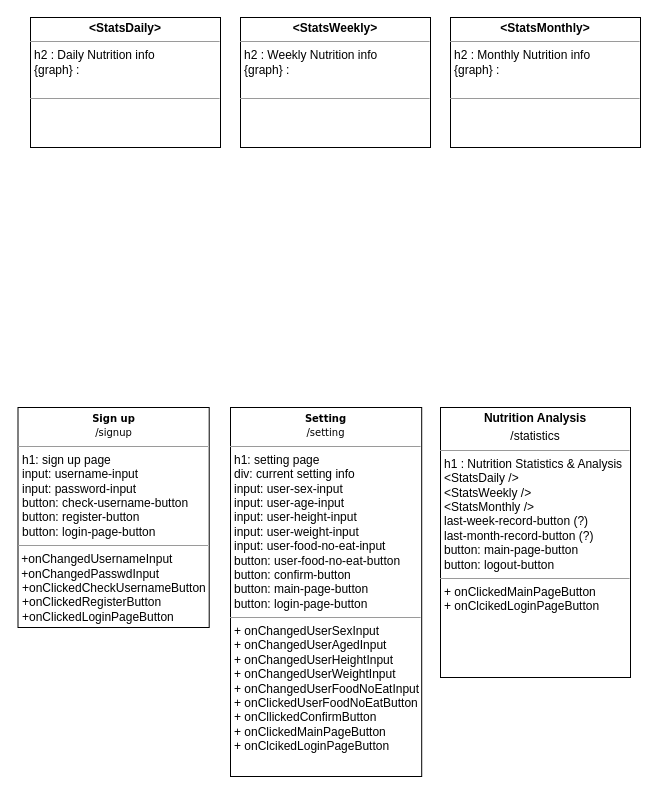
Earlier version of the draw.io diagram diagrams/Bang.drawio (swsnu/swpp2021-team5). Source tidied: cells renumbered, new cells numbered last; positions are measured from the earlier drawing's top-left corner, leaving out a move shared by most shapes. Both pictures are drawn from the tidied source at 100%, with x=0, y=0 at pixel (18, 17).
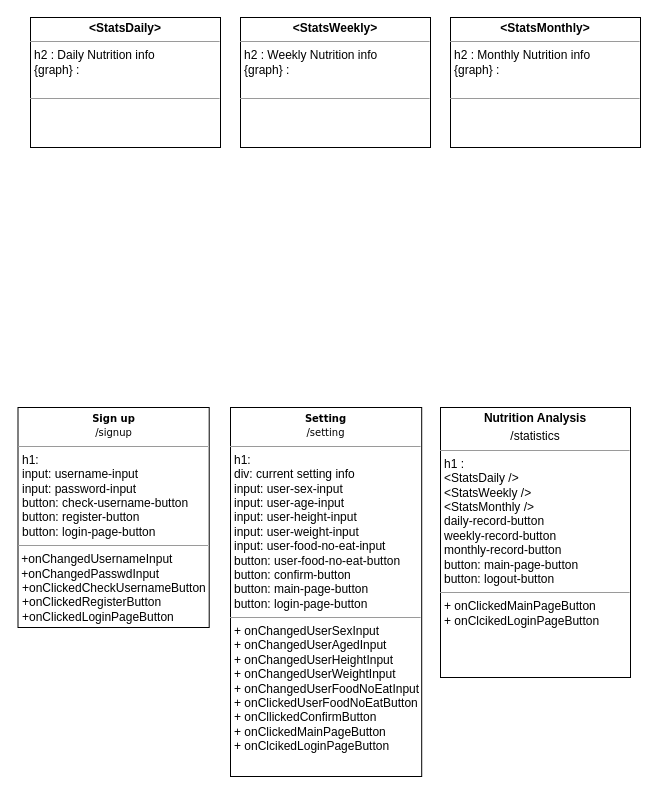
After the change.

Diff of the diagram source:
```diff
@@
 <mxGraphModel>
   <root>
     <mxCell id="0" />
     <mxCell id="1" parent="0" />
     <mxCell id="2" value="&lt;p style=&quot;margin: 0px ; margin-top: 4px ; text-align: center&quot;&gt;&lt;b&gt;&amp;lt;StatsDaily&amp;gt;&lt;/b&gt;&lt;/p&gt;&lt;hr size=&quot;1&quot;&gt;&lt;p style=&quot;margin: 0px ; margin-left: 4px&quot;&gt;h2 : Daily Nutrition info&lt;br&gt;&lt;/p&gt;&lt;p style=&quot;margin: 0px ; margin-left: 4px&quot;&gt;{graph} :&amp;nbsp;&lt;/p&gt;&lt;p style=&quot;margin: 0px ; margin-left: 4px&quot;&gt;&lt;br&gt;&lt;/p&gt;&lt;hr size=&quot;1&quot;&gt;&lt;p style=&quot;margin: 0px ; margin-left: 4px&quot;&gt;&lt;br&gt;&lt;/p&gt;" style="verticalAlign=top;align=left;overflow=fill;fontSize=12;fontFamily=Helvetica;html=1;rounded=0;shadow=0;comic=0;labelBackgroundColor=none;strokeWidth=1;" parent="1" vertex="1">
       <mxGeometry x="12" width="190" height="130" as="geometry" />
     </mxCell>
     <mxCell id="3" value="&lt;p style=&quot;margin: 0px ; margin-top: 4px ; text-align: center&quot;&gt;&lt;b&gt;&amp;lt;StatsWeekly&amp;gt;&lt;/b&gt;&lt;/p&gt;&lt;hr size=&quot;1&quot;&gt;&lt;p style=&quot;margin: 0px ; margin-left: 4px&quot;&gt;h2 : Weekly Nutrition info&lt;br&gt;&lt;/p&gt;&lt;p style=&quot;margin: 0px ; margin-left: 4px&quot;&gt;{graph} :&lt;br&gt;&lt;/p&gt;&lt;p style=&quot;margin: 0px ; margin-left: 4px&quot;&gt;&lt;br&gt;&lt;/p&gt;&lt;hr size=&quot;1&quot;&gt;&lt;p style=&quot;margin: 0px ; margin-left: 4px&quot;&gt;&lt;br&gt;&lt;/p&gt;" style="verticalAlign=top;align=left;overflow=fill;fontSize=12;fontFamily=Helvetica;html=1;rounded=0;shadow=0;comic=0;labelBackgroundColor=none;strokeWidth=1;" parent="1" vertex="1">
       <mxGeometry x="222" width="190" height="130" as="geometry" />
     </mxCell>
     <mxCell id="4" value="&lt;p style=&quot;margin: 0px ; margin-top: 4px ; text-align: center&quot;&gt;&lt;b&gt;&amp;lt;StatsMonthly&amp;gt;&lt;/b&gt;&lt;/p&gt;&lt;hr size=&quot;1&quot;&gt;&lt;p style=&quot;margin: 0px ; margin-left: 4px&quot;&gt;h2 : Monthly Nutrition info&lt;br&gt;&lt;/p&gt;&lt;p style=&quot;margin: 0px ; margin-left: 4px&quot;&gt;{graph} :&lt;br&gt;&lt;/p&gt;&lt;p style=&quot;margin: 0px ; margin-left: 4px&quot;&gt;&lt;br&gt;&lt;/p&gt;&lt;hr size=&quot;1&quot;&gt;&lt;p style=&quot;margin: 0px ; margin-left: 4px&quot;&gt;&lt;br&gt;&lt;/p&gt;" style="verticalAlign=top;align=left;overflow=fill;fontSize=12;fontFamily=Helvetica;html=1;rounded=0;shadow=0;comic=0;labelBackgroundColor=none;strokeWidth=1;" parent="1" vertex="1">
       <mxGeometry x="432" width="190" height="130" as="geometry" />
     </mxCell>
-    <mxCell id="5" value="&lt;p style=&quot;margin: 0px ; margin-top: 4px ; text-align: center&quot;&gt;&lt;b&gt;Nutrition Analysis&lt;/b&gt;&lt;/p&gt;&lt;p style=&quot;margin: 0px ; margin-top: 4px ; text-align: center&quot;&gt;/statistics&lt;/p&gt;&lt;hr size=&quot;1&quot;&gt;&lt;p style=&quot;margin: 0px ; margin-left: 4px&quot;&gt;h1 : Nutrition Statistics &amp;amp; Analysis&lt;/p&gt;&lt;p style=&quot;margin: 0px ; margin-left: 4px&quot;&gt;&amp;lt;StatsDaily /&amp;gt;&lt;/p&gt;&lt;p style=&quot;margin: 0px ; margin-left: 4px&quot;&gt;&amp;lt;StatsWeekly /&amp;gt;&lt;/p&gt;&lt;p style=&quot;margin: 0px ; margin-left: 4px&quot;&gt;&amp;lt;StatsMonthly /&amp;gt;&lt;/p&gt;&lt;p style=&quot;margin: 0px 0px 0px 4px&quot;&gt;last-week-record-button (?)&lt;/p&gt;&lt;p style=&quot;margin: 0px 0px 0px 4px&quot;&gt;last-month-record-button (?)&lt;/p&gt;&lt;p style=&quot;margin: 0px 0px 0px 4px&quot;&gt;button: main-page-button&lt;/p&gt;&lt;p style=&quot;margin: 0px 0px 0px 4px&quot;&gt;button: logout-button&lt;/p&gt;&lt;hr size=&quot;1&quot;&gt;&lt;p style=&quot;margin: 0px 0px 0px 4px&quot;&gt;+ onClickedMainPageButton&lt;/p&gt;&lt;p style=&quot;margin: 0px 0px 0px 4px&quot;&gt;+ onClcikedLoginPageButton&lt;/p&gt;" style="verticalAlign=top;align=left;overflow=fill;fontSize=12;fontFamily=Helvetica;html=1;rounded=0;shadow=0;comic=0;labelBackgroundColor=none;strokeWidth=1;" parent="1" vertex="1">
+    <mxCell id="5" value="&lt;p style=&quot;margin: 0px ; margin-top: 4px ; text-align: center&quot;&gt;&lt;b&gt;Nutrition Analysis&lt;/b&gt;&lt;/p&gt;&lt;p style=&quot;margin: 0px ; margin-top: 4px ; text-align: center&quot;&gt;/statistics&lt;/p&gt;&lt;hr size=&quot;1&quot;&gt;&lt;p style=&quot;margin: 0px ; margin-left: 4px&quot;&gt;h1 :&amp;nbsp;&lt;/p&gt;&lt;p style=&quot;margin: 0px ; margin-left: 4px&quot;&gt;&amp;lt;StatsDaily /&amp;gt;&lt;/p&gt;&lt;p style=&quot;margin: 0px ; margin-left: 4px&quot;&gt;&amp;lt;StatsWeekly /&amp;gt;&lt;/p&gt;&lt;p style=&quot;margin: 0px ; margin-left: 4px&quot;&gt;&amp;lt;StatsMonthly /&amp;gt;&lt;/p&gt;&lt;p style=&quot;margin: 0px ; margin-left: 4px&quot;&gt;daily-record-button&lt;/p&gt;&lt;p style=&quot;margin: 0px 0px 0px 4px&quot;&gt;weekly-record-button&amp;nbsp;&lt;/p&gt;&lt;p style=&quot;margin: 0px 0px 0px 4px&quot;&gt;monthly-record-button&lt;/p&gt;&lt;p style=&quot;margin: 0px 0px 0px 4px&quot;&gt;button: main-page-button&lt;/p&gt;&lt;p style=&quot;margin: 0px 0px 0px 4px&quot;&gt;button: logout-button&lt;/p&gt;&lt;hr size=&quot;1&quot;&gt;&lt;p style=&quot;margin: 0px 0px 0px 4px&quot;&gt;+ onClickedMainPageButton&lt;/p&gt;&lt;p style=&quot;margin: 0px 0px 0px 4px&quot;&gt;+ onClcikedLoginPageButton&lt;/p&gt;" style="verticalAlign=top;align=left;overflow=fill;fontSize=12;fontFamily=Helvetica;html=1;rounded=0;shadow=0;comic=0;labelBackgroundColor=none;strokeWidth=1;" parent="1" vertex="1">
       <mxGeometry x="422" y="390" width="190" height="270" as="geometry" />
     </mxCell>
-    <mxCell id="6" value="&lt;p style=&quot;margin: 4px 0px 0px ; text-align: center&quot;&gt;&lt;b style=&quot;font-family: &amp;#34;verdana&amp;#34; ; font-size: 10px&quot;&gt;Sign up&lt;/b&gt;&lt;br style=&quot;font-family: &amp;#34;verdana&amp;#34; ; font-size: 10px&quot;&gt;&lt;span style=&quot;font-family: &amp;#34;verdana&amp;#34; ; font-size: 10px&quot;&gt;/signup&lt;/span&gt;&lt;br&gt;&lt;/p&gt;&lt;hr size=&quot;1&quot;&gt;&lt;p style=&quot;margin: 0px 0px 0px 4px&quot;&gt;h1: sign up page&lt;/p&gt;&lt;p style=&quot;margin: 0px 0px 0px 4px&quot;&gt;input: username-input&lt;/p&gt;&lt;p style=&quot;margin: 0px 0px 0px 4px&quot;&gt;input: password-input&lt;/p&gt;&lt;p style=&quot;margin: 0px 0px 0px 4px&quot;&gt;button: check-username-button&lt;/p&gt;&lt;p style=&quot;margin: 0px 0px 0px 4px&quot;&gt;button: register-button&lt;/p&gt;&lt;p style=&quot;margin: 0px 0px 0px 4px&quot;&gt;button: login-page-button&lt;/p&gt;&lt;hr size=&quot;1&quot;&gt;&amp;nbsp;+onChangedUsernameInput&lt;br&gt;&amp;nbsp;+onChangedPasswdInput&lt;br&gt;&lt;p style=&quot;margin: 0px 0px 0px 4px&quot;&gt;+onClickedCheckUsernameButton&lt;/p&gt;&lt;p style=&quot;margin: 0px 0px 0px 4px&quot;&gt;+onClickedRegisterButton&lt;/p&gt;&lt;p style=&quot;margin: 0px 0px 0px 4px&quot;&gt;+onClickedLoginPageButton&lt;/p&gt;" style="verticalAlign=top;align=left;overflow=fill;fontSize=12;fontFamily=Helvetica;html=1;" parent="1" vertex="1">
+    <mxCell id="6" value="&lt;p style=&quot;margin: 4px 0px 0px ; text-align: center&quot;&gt;&lt;b style=&quot;font-family: &amp;#34;verdana&amp;#34; ; font-size: 10px&quot;&gt;Sign up&lt;/b&gt;&lt;br style=&quot;font-family: &amp;#34;verdana&amp;#34; ; font-size: 10px&quot;&gt;&lt;span style=&quot;font-family: &amp;#34;verdana&amp;#34; ; font-size: 10px&quot;&gt;/signup&lt;/span&gt;&lt;br&gt;&lt;/p&gt;&lt;hr size=&quot;1&quot;&gt;&lt;p style=&quot;margin: 0px 0px 0px 4px&quot;&gt;h1:&lt;/p&gt;&lt;p style=&quot;margin: 0px 0px 0px 4px&quot;&gt;input: username-input&lt;/p&gt;&lt;p style=&quot;margin: 0px 0px 0px 4px&quot;&gt;input: password-input&lt;/p&gt;&lt;p style=&quot;margin: 0px 0px 0px 4px&quot;&gt;button: check-username-button&lt;/p&gt;&lt;p style=&quot;margin: 0px 0px 0px 4px&quot;&gt;button: register-button&lt;/p&gt;&lt;p style=&quot;margin: 0px 0px 0px 4px&quot;&gt;button: login-page-button&lt;/p&gt;&lt;hr size=&quot;1&quot;&gt;&amp;nbsp;+onChangedUsernameInput&lt;br&gt;&amp;nbsp;+onChangedPasswdInput&lt;br&gt;&lt;p style=&quot;margin: 0px 0px 0px 4px&quot;&gt;+onClickedCheckUsernameButton&lt;/p&gt;&lt;p style=&quot;margin: 0px 0px 0px 4px&quot;&gt;+onClickedRegisterButton&lt;/p&gt;&lt;p style=&quot;margin: 0px 0px 0px 4px&quot;&gt;+onClickedLoginPageButton&lt;/p&gt;" style="verticalAlign=top;align=left;overflow=fill;fontSize=12;fontFamily=Helvetica;html=1;" parent="1" vertex="1">
       <mxGeometry x="-0.5" y="390" width="191.2" height="220" as="geometry" />
     </mxCell>
-    <mxCell id="7" value="&lt;p style=&quot;margin: 4px 0px 0px ; text-align: center&quot;&gt;&lt;b style=&quot;font-family: &amp;#34;verdana&amp;#34; ; font-size: 10px&quot;&gt;Setting&lt;/b&gt;&lt;br style=&quot;font-family: &amp;#34;verdana&amp;#34; ; font-size: 10px&quot;&gt;&lt;span style=&quot;font-family: &amp;#34;verdana&amp;#34; ; font-size: 10px&quot;&gt;/setting&lt;/span&gt;&lt;br&gt;&lt;/p&gt;&lt;hr size=&quot;1&quot;&gt;&lt;p style=&quot;margin: 0px 0px 0px 4px&quot;&gt;h1: setting page&lt;/p&gt;&lt;p style=&quot;margin: 0px 0px 0px 4px&quot;&gt;div: current setting info&lt;/p&gt;&lt;p style=&quot;margin: 0px 0px 0px 4px&quot;&gt;input: user-sex-input&lt;/p&gt;&lt;p style=&quot;margin: 0px 0px 0px 4px&quot;&gt;input: user-age-input&lt;/p&gt;&lt;p style=&quot;margin: 0px 0px 0px 4px&quot;&gt;input: user-height-input&lt;/p&gt;&lt;p style=&quot;margin: 0px 0px 0px 4px&quot;&gt;input: user-weight-input&lt;/p&gt;&lt;p style=&quot;margin: 0px 0px 0px 4px&quot;&gt;input: user-food-no-eat-input&lt;br&gt;&lt;/p&gt;&lt;p style=&quot;margin: 0px 0px 0px 4px&quot;&gt;button: user-food-no-eat-button&lt;/p&gt;&lt;p style=&quot;margin: 0px 0px 0px 4px&quot;&gt;&lt;span&gt;button: confirm-button&lt;/span&gt;&lt;br&gt;&lt;/p&gt;&lt;p style=&quot;margin: 0px 0px 0px 4px&quot;&gt;button: main-page-button&lt;/p&gt;&lt;p style=&quot;margin: 0px 0px 0px 4px&quot;&gt;button: login-page-button&lt;/p&gt;&lt;hr size=&quot;1&quot;&gt;&lt;p style=&quot;margin: 0px 0px 0px 4px&quot;&gt;+ onChangedUserSexInput&lt;/p&gt;&lt;p style=&quot;margin: 0px 0px 0px 4px&quot;&gt;+ onChangedUserAgedInput&lt;/p&gt;&lt;p style=&quot;margin: 0px 0px 0px 4px&quot;&gt;+ onChangedUserHeightInput&lt;/p&gt;&lt;p style=&quot;margin: 0px 0px 0px 4px&quot;&gt;+ onChangedUserWeightInput&lt;/p&gt;&lt;p style=&quot;margin: 0px 0px 0px 4px&quot;&gt;+ onChangedUserFoodNoEatInput&lt;/p&gt;&lt;p style=&quot;margin: 0px 0px 0px 4px&quot;&gt;+ onClickedUserFoodNoEatButton&lt;/p&gt;&lt;p style=&quot;margin: 0px 0px 0px 4px&quot;&gt;+ onCllickedConfirmButton&lt;/p&gt;&lt;p style=&quot;margin: 0px 0px 0px 4px&quot;&gt;+ onClickedMainPageButton&lt;/p&gt;&lt;p style=&quot;margin: 0px 0px 0px 4px&quot;&gt;+ onClcikedLoginPageButton&lt;/p&gt;&lt;p style=&quot;margin: 0px 0px 0px 4px&quot;&gt;&lt;br&gt;&lt;/p&gt;" style="verticalAlign=top;align=left;overflow=fill;fontSize=12;fontFamily=Helvetica;html=1;" parent="1" vertex="1">
+    <mxCell id="7" value="&lt;p style=&quot;margin: 4px 0px 0px ; text-align: center&quot;&gt;&lt;b style=&quot;font-family: &amp;#34;verdana&amp;#34; ; font-size: 10px&quot;&gt;Setting&lt;/b&gt;&lt;br style=&quot;font-family: &amp;#34;verdana&amp;#34; ; font-size: 10px&quot;&gt;&lt;span style=&quot;font-family: &amp;#34;verdana&amp;#34; ; font-size: 10px&quot;&gt;/setting&lt;/span&gt;&lt;br&gt;&lt;/p&gt;&lt;hr size=&quot;1&quot;&gt;&lt;p style=&quot;margin: 0px 0px 0px 4px&quot;&gt;h1:&amp;nbsp;&lt;/p&gt;&lt;p style=&quot;margin: 0px 0px 0px 4px&quot;&gt;div: current setting info&lt;/p&gt;&lt;p style=&quot;margin: 0px 0px 0px 4px&quot;&gt;input: user-sex-input&lt;/p&gt;&lt;p style=&quot;margin: 0px 0px 0px 4px&quot;&gt;input: user-age-input&lt;/p&gt;&lt;p style=&quot;margin: 0px 0px 0px 4px&quot;&gt;input: user-height-input&lt;/p&gt;&lt;p style=&quot;margin: 0px 0px 0px 4px&quot;&gt;input: user-weight-input&lt;/p&gt;&lt;p style=&quot;margin: 0px 0px 0px 4px&quot;&gt;input: user-food-no-eat-input&lt;br&gt;&lt;/p&gt;&lt;p style=&quot;margin: 0px 0px 0px 4px&quot;&gt;button: user-food-no-eat-button&lt;/p&gt;&lt;p style=&quot;margin: 0px 0px 0px 4px&quot;&gt;&lt;span&gt;button: confirm-button&lt;/span&gt;&lt;br&gt;&lt;/p&gt;&lt;p style=&quot;margin: 0px 0px 0px 4px&quot;&gt;button: main-page-button&lt;/p&gt;&lt;p style=&quot;margin: 0px 0px 0px 4px&quot;&gt;button: login-page-button&lt;/p&gt;&lt;hr size=&quot;1&quot;&gt;&lt;p style=&quot;margin: 0px 0px 0px 4px&quot;&gt;+ onChangedUserSexInput&lt;/p&gt;&lt;p style=&quot;margin: 0px 0px 0px 4px&quot;&gt;+ onChangedUserAgedInput&lt;/p&gt;&lt;p style=&quot;margin: 0px 0px 0px 4px&quot;&gt;+ onChangedUserHeightInput&lt;/p&gt;&lt;p style=&quot;margin: 0px 0px 0px 4px&quot;&gt;+ onChangedUserWeightInput&lt;/p&gt;&lt;p style=&quot;margin: 0px 0px 0px 4px&quot;&gt;+ onChangedUserFoodNoEatInput&lt;/p&gt;&lt;p style=&quot;margin: 0px 0px 0px 4px&quot;&gt;+ onClickedUserFoodNoEatButton&lt;/p&gt;&lt;p style=&quot;margin: 0px 0px 0px 4px&quot;&gt;+ onCllickedConfirmButton&lt;/p&gt;&lt;p style=&quot;margin: 0px 0px 0px 4px&quot;&gt;+ onClickedMainPageButton&lt;/p&gt;&lt;p style=&quot;margin: 0px 0px 0px 4px&quot;&gt;+ onClcikedLoginPageButton&lt;/p&gt;&lt;p style=&quot;margin: 0px 0px 0px 4px&quot;&gt;&lt;br&gt;&lt;/p&gt;" style="verticalAlign=top;align=left;overflow=fill;fontSize=12;fontFamily=Helvetica;html=1;" parent="1" vertex="1">
       <mxGeometry x="212" y="390" width="191.2" height="369" as="geometry" />
     </mxCell>
     <mxCell id="8" style="edgeStyle=orthogonalEdgeStyle;rounded=0;orthogonalLoop=1;jettySize=auto;html=1;exitX=0.5;exitY=1;exitDx=0;exitDy=0;" parent="1" edge="1" source="3" target="3">
       <mxGeometry relative="1" as="geometry" />
     </mxCell>
   </root>
 </mxGraphModel>
```
